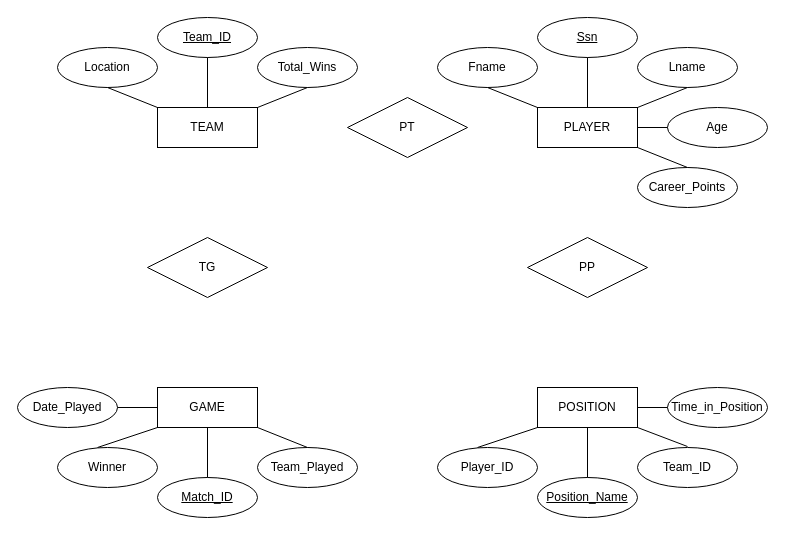
Above: Untitled Diagram.drawio in JarredFoley/Final-Project-CMS (draw.io), before the change. Source tidied: cells renumbered, new cells numbered last; positions are measured from the earlier drawing's top-left corner, leaving out a move shared by most shapes. Both pictures are drawn from the tidied source at 100%, with x=0, y=0 at pixel (17, 17).
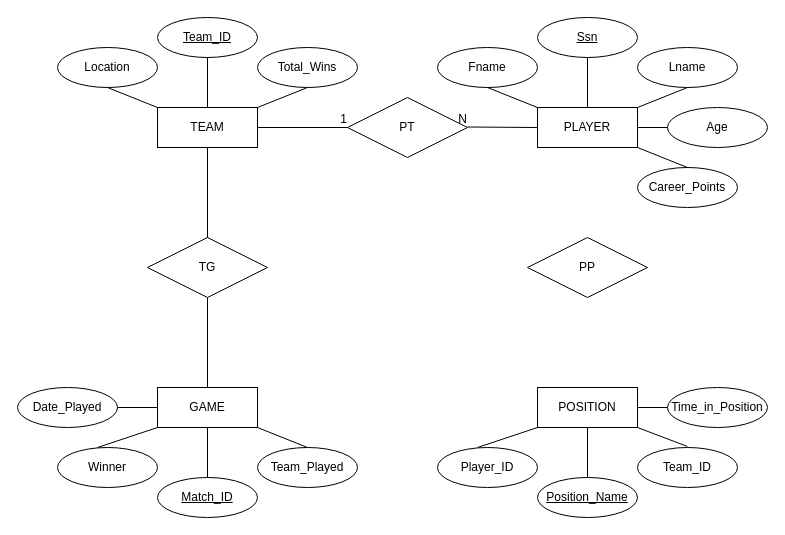
Above is the later version.

Unchanged cells that the change refers to:
```xml
<mxCell id="3" value="PLAYER" style="whiteSpace=wrap;html=1;align=center;" parent="1" vertex="1">
  <mxGeometry x="520" y="90" width="100" height="40" as="geometry" />
</mxCell>
<mxCell id="4" value="GAME" style="whiteSpace=wrap;html=1;align=center;" parent="1" vertex="1">
  <mxGeometry x="140" y="370" width="100" height="40" as="geometry" />
</mxCell>
<mxCell id="6" value="TG" style="shape=rhombus;perimeter=rhombusPerimeter;whiteSpace=wrap;html=1;align=center;" parent="1" vertex="1">
  <mxGeometry x="130" y="220" width="120" height="60" as="geometry" />
</mxCell>
<mxCell id="7" value="PT" style="shape=rhombus;perimeter=rhombusPerimeter;whiteSpace=wrap;html=1;align=center;" parent="1" vertex="1">
  <mxGeometry x="330" y="80" width="120" height="60" as="geometry" />
</mxCell>
```

Change to the diagram source:
```diff
@@
+    <mxCell id="41" style="endArrow=none;html=1;rounded=0;entryX=0.5;entryY=0;entryDx=0;entryDy=0;" parent="1" edge="1" target="6">
+      <mxGeometry relative="1" as="geometry">
+        <mxPoint x="190" y="130" as="sourcePoint" />
+      </mxGeometry>
+    </mxCell>
+    <mxCell id="42" style="endArrow=none;html=1;rounded=0;entryX=0.5;entryY=0;entryDx=0;entryDy=0;" parent="1" edge="1" target="4">
+      <mxGeometry relative="1" as="geometry">
+        <mxPoint x="190" y="280" as="sourcePoint" />
+      </mxGeometry>
+    </mxCell>
+    <mxCell id="43" style="endArrow=none;html=1;rounded=0;entryX=0;entryY=0.5;entryDx=0;entryDy=0;" parent="1" edge="1" target="7">
+      <mxGeometry relative="1" as="geometry">
+        <mxPoint x="240" y="110" as="sourcePoint" />
+      </mxGeometry>
+    </mxCell>
+    <mxCell id="44" value="1" style="html=1;align=right;verticalAlign=bottom;" parent="43" vertex="1">
+      <mxGeometry x="1" relative="1" as="geometry" />
+    </mxCell>
+    <mxCell id="45" style="endArrow=none;html=1;rounded=0;exitX=0;exitY=0.5;exitDx=0;exitDy=0;" parent="1" edge="1" source="3">
+      <mxGeometry relative="1" as="geometry">
+        <mxPoint x="450" y="109.5" as="targetPoint" />
+      </mxGeometry>
+    </mxCell>
+    <mxCell id="46" value="N" style="html=1;align=right;verticalAlign=bottom;" parent="45" vertex="1">
+      <mxGeometry x="1" relative="1" as="geometry" />
+    </mxCell>
```
